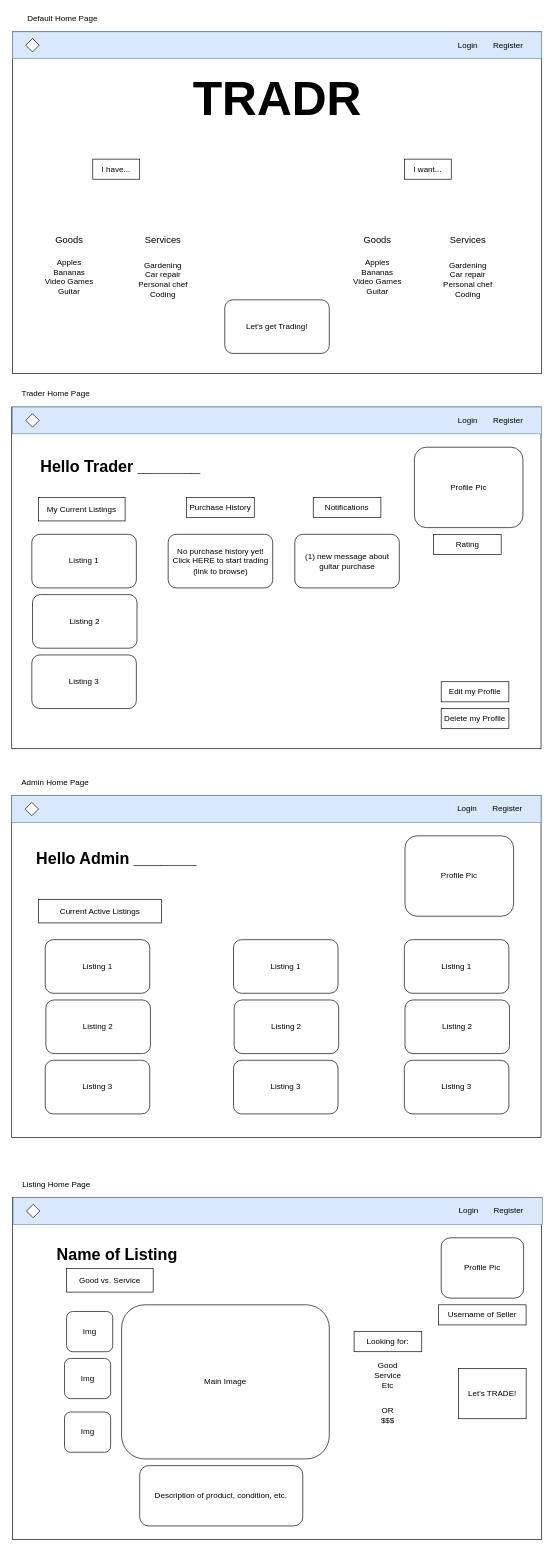
Before: HomePageDiagram.drawio in megancindric/GroupCapstoneEuropium, a draw.io diagram. Source tidied: cells renumbered, new cells numbered last; positions are measured from the earlier drawing's top-left corner, leaving out a move shared by most shapes. Both pictures are drawn from the tidied source at 67%, with x=0, y=0 at pixel (11, 11).
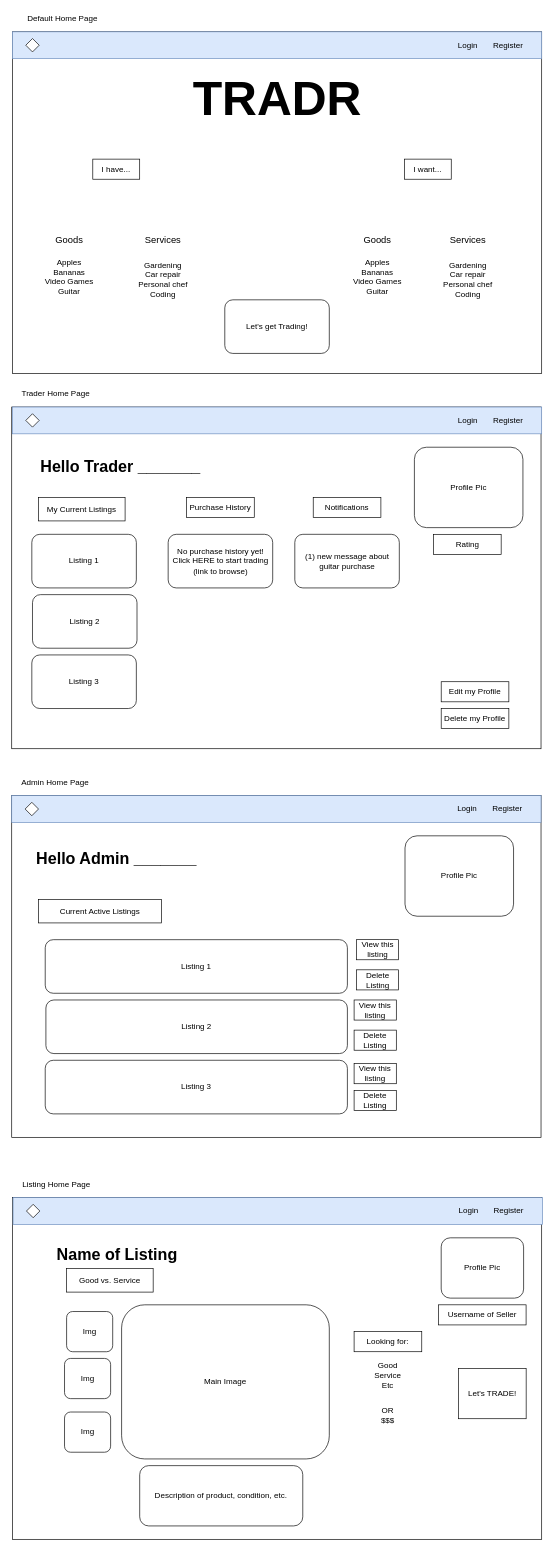
After the change.

The edit, as a diff of the source:
```diff
@@
     <mxCell id="48" value="Listing 1" style="rounded=1;whiteSpace=wrap;html=1;" parent="1" vertex="1">
-      <mxGeometry x="50" y="1385" width="156" height="80" as="geometry" />
+      <mxGeometry x="50" y="1385" width="451" height="80" as="geometry" />
     </mxCell>
     <mxCell id="49" value="Listing 2" style="rounded=1;whiteSpace=wrap;html=1;" parent="1" vertex="1">
-      <mxGeometry x="51" y="1475" width="156" height="80" as="geometry" />
+      <mxGeometry x="51" y="1475" width="450" height="80" as="geometry" />
     </mxCell>
     <mxCell id="50" value="Listing 3" style="rounded=1;whiteSpace=wrap;html=1;" parent="1" vertex="1">
-      <mxGeometry x="50" y="1565" width="156" height="80" as="geometry" />
+      <mxGeometry x="50" y="1565" width="451" height="80" as="geometry" />
     </mxCell>
-    <mxCell id="51" value="Listing 1" style="rounded=1;whiteSpace=wrap;html=1;" parent="1" vertex="1">
-      <mxGeometry x="586" y="1385" width="156" height="80" as="geometry" />
-    </mxCell>
-    <mxCell id="52" value="Listing 2" style="rounded=1;whiteSpace=wrap;html=1;" parent="1" vertex="1">
-      <mxGeometry x="587" y="1475" width="156" height="80" as="geometry" />
-    </mxCell>
-    <mxCell id="53" value="Listing 3" style="rounded=1;whiteSpace=wrap;html=1;" parent="1" vertex="1">
-      <mxGeometry x="586" y="1565" width="156" height="80" as="geometry" />
-    </mxCell>
-    <mxCell id="54" value="Listing 1" style="rounded=1;whiteSpace=wrap;html=1;" parent="1" vertex="1">
-      <mxGeometry x="331" y="1385" width="156" height="80" as="geometry" />
-    </mxCell>
-    <mxCell id="55" value="Listing 2" style="rounded=1;whiteSpace=wrap;html=1;" parent="1" vertex="1">
-      <mxGeometry x="332" y="1475" width="156" height="80" as="geometry" />
-    </mxCell>
-    <mxCell id="56" value="Listing 3" style="rounded=1;whiteSpace=wrap;html=1;" parent="1" vertex="1">
-      <mxGeometry x="331" y="1565" width="156" height="80" as="geometry" />
-    </mxCell>
@@
+    <mxCell id="76" value="View this listing" style="rounded=0;whiteSpace=wrap;html=1;" parent="1" vertex="1">
+      <mxGeometry x="514.5" y="1385" width="63" height="30" as="geometry" />
+    </mxCell>
+    <mxCell id="77" value="Delete Listing" style="rounded=0;whiteSpace=wrap;html=1;" parent="1" vertex="1">
+      <mxGeometry x="514.5" y="1430" width="63" height="30" as="geometry" />
+    </mxCell>
+    <mxCell id="78" value="View this listing" style="rounded=0;whiteSpace=wrap;html=1;" parent="1" vertex="1">
+      <mxGeometry x="511" y="1475" width="63" height="30" as="geometry" />
+    </mxCell>
+    <mxCell id="79" value="View this listing" style="rounded=0;whiteSpace=wrap;html=1;" parent="1" vertex="1">
+      <mxGeometry x="511" y="1570" width="63" height="30" as="geometry" />
+    </mxCell>
+    <mxCell id="80" value="Delete Listing" style="rounded=0;whiteSpace=wrap;html=1;" parent="1" vertex="1">
+      <mxGeometry x="511" y="1520" width="63" height="30" as="geometry" />
+    </mxCell>
+    <mxCell id="81" value="Delete Listing" style="rounded=0;whiteSpace=wrap;html=1;" parent="1" vertex="1">
+      <mxGeometry x="511" y="1610" width="63" height="30" as="geometry" />
+    </mxCell>
```
